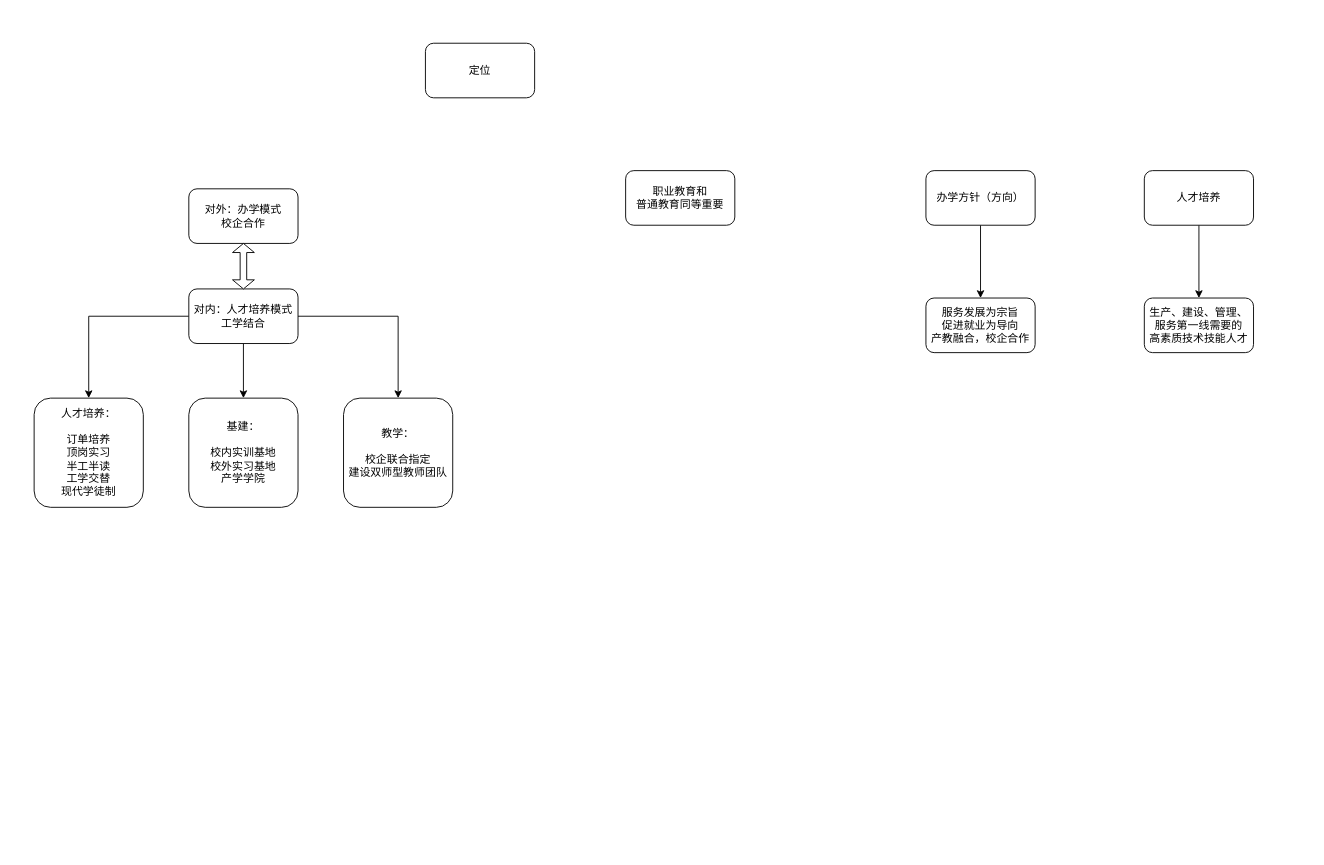
Earlier version of the draw.io diagram gdzyll.drawio (junpfeng/GKGB). Source tidied: cells renumbered, new cells numbered last; positions are measured from the earlier drawing's top-left corner, leaving out a move shared by most shapes. Both pictures are drawn from the tidied source at 91%, with x=0, y=0 at pixel (34, 43).
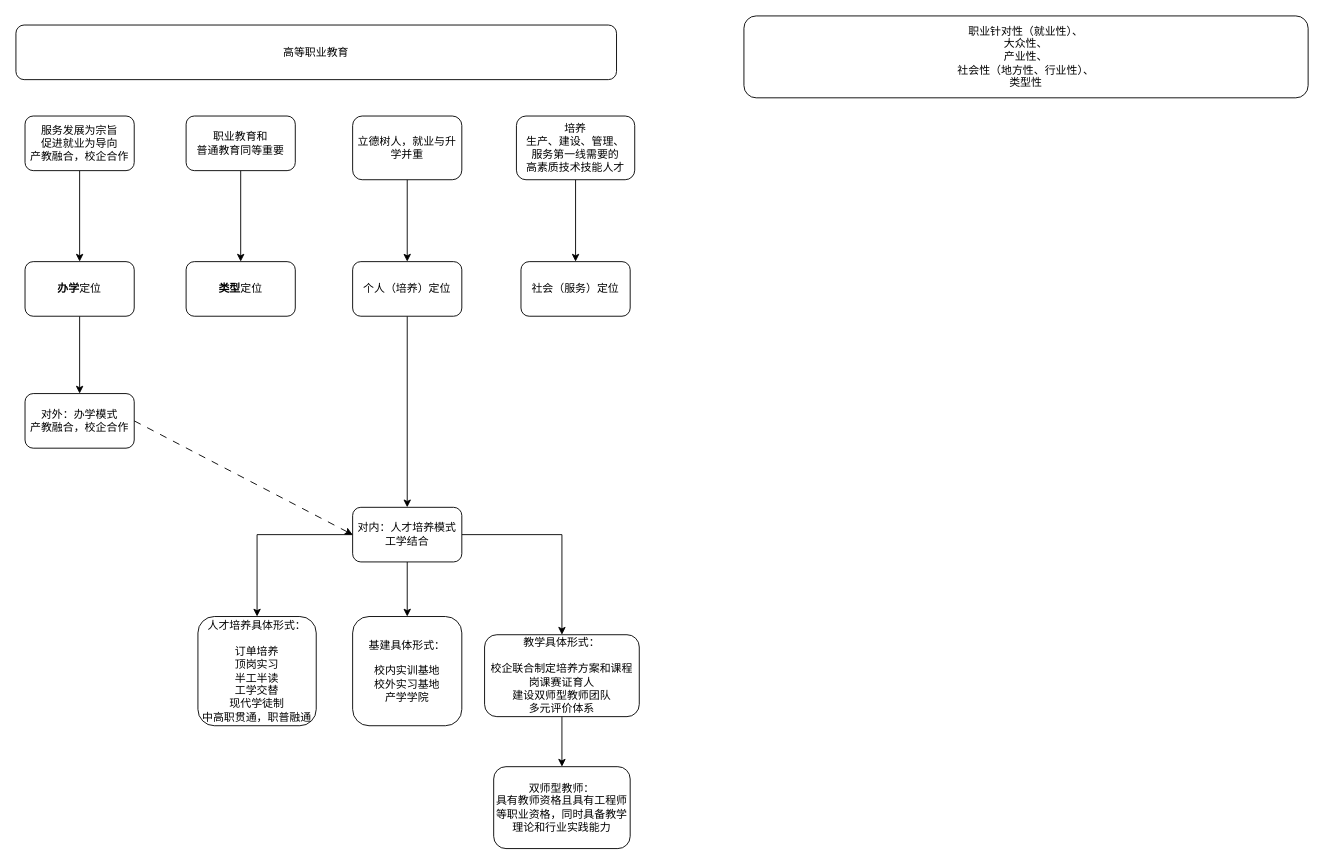
The same page after the edit.

What changed in the source:
```diff
@@
-    <mxCell id="2" value="对外：办学模式&lt;div&gt;校企合作&lt;/div&gt;" style="rounded=1;whiteSpace=wrap;html=1;" parent="1" vertex="1">
-      <mxGeometry x="170" y="160" width="120" height="60" as="geometry" />
+    <mxCell id="2" value="对外：办学模式&lt;div&gt;产教融合，校企合作&lt;/div&gt;" style="rounded=1;whiteSpace=wrap;html=1;" parent="1" vertex="1">
+      <mxGeometry x="-10" y="385" width="120" height="60" as="geometry" />
     </mxCell>
-    <mxCell id="3" style="edgeStyle=orthogonalEdgeStyle;rounded=0;jettySize=auto;html=1;entryX=0.5;entryY=0;entryDx=0;entryDy=0;" parent="1" edge="1" source="6" target="7">
-      <mxGeometry relative="1" as="geometry" />
-    </mxCell>
-    <mxCell id="4" style="edgeStyle=orthogonalEdgeStyle;rounded=0;jettySize=auto;html=1;entryX=0.5;entryY=0;entryDx=0;entryDy=0;" parent="1" edge="1" source="6" target="8">
-      <mxGeometry relative="1" as="geometry" />
-    </mxCell>
-    <mxCell id="5" style="edgeStyle=orthogonalEdgeStyle;rounded=0;jettySize=auto;html=1;entryX=0.5;entryY=0;entryDx=0;entryDy=0;" parent="1" edge="1" source="6" target="9">
-      <mxGeometry relative="1" as="geometry" />
-    </mxCell>
+    <mxCell id="11" value="高等职业教育" style="rounded=1;whiteSpace=wrap;html=1;" parent="1" vertex="1">
+      <mxGeometry x="-20" y="-20" width="660" height="60" as="geometry" />
+    </mxCell>
+    <mxCell id="19" style="edgeStyle=orthogonalEdgeStyle;rounded=0;jettySize=auto;html=1;" parent="1" edge="1" source="12" target="24">
+      <mxGeometry relative="1" as="geometry" />
+    </mxCell>
+    <mxCell id="12" value="&lt;div&gt;职业教育和&lt;/div&gt;&lt;div&gt;普通教育同等重要&lt;/div&gt;" style="rounded=1;whiteSpace=wrap;html=1;" parent="1" vertex="1">
+      <mxGeometry x="167" y="80" width="120" height="60" as="geometry" />
+    </mxCell>
+    <mxCell id="20" style="edgeStyle=orthogonalEdgeStyle;rounded=0;jettySize=auto;html=1;entryX=0.5;entryY=0;entryDx=0;entryDy=0;" parent="1" edge="1" source="14" target="2">
+      <mxGeometry relative="1" as="geometry" />
+    </mxCell>
+    <mxCell id="14" value="&lt;b&gt;办学&lt;/b&gt;定位" style="rounded=1;whiteSpace=wrap;html=1;" parent="1" vertex="1">
+      <mxGeometry x="-10" y="240" width="120" height="60" as="geometry" />
+    </mxCell>
+    <mxCell id="21" style="edgeStyle=orthogonalEdgeStyle;rounded=0;jettySize=auto;html=1;" parent="1" edge="1" source="15" target="14">
+      <mxGeometry relative="1" as="geometry" />
+    </mxCell>
+    <mxCell id="15" value="服务发展为宗旨&lt;div&gt;促进就业为导向&lt;/div&gt;&lt;div&gt;产教融合，校企合作&lt;/div&gt;" style="whiteSpace=wrap;html=1;rounded=1;" parent="1" vertex="1">
+      <mxGeometry x="-10" y="80" width="120" height="60" as="geometry" />
+    </mxCell>
+    <mxCell id="22" style="edgeStyle=orthogonalEdgeStyle;rounded=0;jettySize=auto;html=1;entryX=0.5;entryY=0;entryDx=0;entryDy=0;" parent="1" edge="1" source="18" target="26">
+      <mxGeometry relative="1" as="geometry" />
+    </mxCell>
+    <mxCell id="18" value="&lt;div&gt;立德树人，就业与升学并重&lt;/div&gt;" style="whiteSpace=wrap;html=1;rounded=1;" parent="1" vertex="1">
+      <mxGeometry x="350" y="80" width="120" height="70" as="geometry" />
+    </mxCell>
+    <mxCell id="23" value="职业针对性（就业性）、&lt;div&gt;大众性、&lt;/div&gt;&lt;div&gt;产业性、&lt;/div&gt;&lt;div&gt;社会性（地方性、行业性）、&lt;/div&gt;&lt;div&gt;类型性&lt;/div&gt;" style="rounded=1;whiteSpace=wrap;html=1;" parent="1" vertex="1">
+      <mxGeometry x="780" y="-30" width="620" height="90" as="geometry" />
+    </mxCell>
+    <mxCell id="24" value="&lt;b&gt;类型&lt;/b&gt;定位" style="rounded=1;whiteSpace=wrap;html=1;" parent="1" vertex="1">
+      <mxGeometry x="167" y="240" width="120" height="60" as="geometry" />
+    </mxCell>
+    <mxCell id="25" style="edgeStyle=orthogonalEdgeStyle;rounded=0;jettySize=auto;html=1;" parent="1" edge="1" source="26" target="6">
+      <mxGeometry relative="1" as="geometry" />
+    </mxCell>
+    <mxCell id="26" value="个人（培养）定位" style="rounded=1;whiteSpace=wrap;html=1;" parent="1" vertex="1">
+      <mxGeometry x="350" y="240" width="120" height="60" as="geometry" />
+    </mxCell>
+    <mxCell id="27" style="edgeStyle=orthogonalEdgeStyle;rounded=0;jettySize=auto;html=1;entryX=0.5;entryY=0;entryDx=0;entryDy=0;" parent="1" edge="1" source="28" target="29">
+      <mxGeometry relative="1" as="geometry" />
+    </mxCell>
+    <mxCell id="28" value="&lt;div&gt;培养&lt;/div&gt;生产、建设、管理、&lt;div&gt;服务第一线需要的&lt;/div&gt;&lt;div&gt;高素质技术技能人才&lt;/div&gt;" style="whiteSpace=wrap;html=1;rounded=1;" parent="1" vertex="1">
+      <mxGeometry x="530" y="80" width="130" height="70" as="geometry" />
+    </mxCell>
+    <mxCell id="29" value="社会（服务）定位" style="rounded=1;whiteSpace=wrap;html=1;" parent="1" vertex="1">
+      <mxGeometry x="535" y="240" width="120" height="60" as="geometry" />
+    </mxCell>
+    <mxCell id="30" style="edgeStyle=orthogonalEdgeStyle;rounded=0;jettySize=auto;html=1;entryX=0.5;entryY=0;entryDx=0;entryDy=0;" parent="1" edge="1" source="6" target="33">
+      <mxGeometry relative="1" as="geometry" />
+    </mxCell>
+    <mxCell id="31" style="edgeStyle=orthogonalEdgeStyle;rounded=0;jettySize=auto;html=1;entryX=0.5;entryY=0;entryDx=0;entryDy=0;" parent="1" edge="1" source="6" target="34">
+      <mxGeometry relative="1" as="geometry" />
+    </mxCell>
+    <mxCell id="32" style="edgeStyle=orthogonalEdgeStyle;rounded=0;jettySize=auto;html=1;entryX=0.5;entryY=0;entryDx=0;entryDy=0;" parent="1" edge="1" source="6" target="36">
+      <mxGeometry relative="1" as="geometry" />
+    </mxCell>
     <mxCell id="6" value="对内：人才培养模式&lt;div&gt;工学结合&lt;/div&gt;" style="rounded=1;whiteSpace=wrap;html=1;" parent="1" vertex="1">
-      <mxGeometry x="170" y="270" width="120" height="60" as="geometry" />
+      <mxGeometry x="350" y="510" width="120" height="60" as="geometry" />
     </mxCell>
-    <mxCell id="7" value="人才培养：&lt;div&gt;&lt;br&gt;&lt;div&gt;订单培养&lt;/div&gt;&lt;div&gt;顶岗实习&lt;/div&gt;&lt;div&gt;半工半读&lt;/div&gt;&lt;div&gt;工学交替&lt;/div&gt;&lt;div&gt;现代学徒制&lt;/div&gt;&lt;/div&gt;" style="rounded=1;whiteSpace=wrap;html=1;" parent="1" vertex="1">
-      <mxGeometry y="390" width="120" height="120" as="geometry" />
-    </mxCell>
-    <mxCell id="8" value="基建：&lt;div&gt;&lt;br&gt;&lt;div&gt;校内实训基地&lt;/div&gt;&lt;div&gt;校外实习基地&lt;/div&gt;&lt;div&gt;产学学院&lt;/div&gt;&lt;/div&gt;" style="rounded=1;whiteSpace=wrap;html=1;" parent="1" vertex="1">
-      <mxGeometry x="170" y="390" width="120" height="120" as="geometry" />
-    </mxCell>
-    <mxCell id="9" value="教学：&lt;div&gt;&lt;br&gt;&lt;div&gt;校企联合指定&lt;/div&gt;&lt;div&gt;建设双师型教师团队&lt;/div&gt;&lt;/div&gt;" style="rounded=1;whiteSpace=wrap;html=1;" parent="1" vertex="1">
-      <mxGeometry x="340" y="390" width="120" height="120" as="geometry" />
-    </mxCell>
-    <mxCell id="10" style="shape=doubleArrow;direction=south;whiteSpace=wrap;html=1;" parent="1" vertex="1">
-      <mxGeometry x="218" y="220" width="24" height="50" as="geometry" />
-    </mxCell>
-    <mxCell id="11" value="定位" style="rounded=1;whiteSpace=wrap;html=1;" parent="1" vertex="1">
-      <mxGeometry x="430" width="120" height="60" as="geometry" />
-    </mxCell>
-    <mxCell id="12" value="&lt;div&gt;职业教育和&lt;/div&gt;&lt;div&gt;普通教育同等重要&lt;/div&gt;" style="rounded=1;whiteSpace=wrap;html=1;" parent="1" vertex="1">
-      <mxGeometry x="650" y="140" width="120" height="60" as="geometry" />
-    </mxCell>
-    <mxCell id="13" style="edgeStyle=orthogonalEdgeStyle;rounded=0;jettySize=auto;html=1;" parent="1" edge="1" source="14" target="15">
-      <mxGeometry relative="1" as="geometry" />
-    </mxCell>
-    <mxCell id="14" value="办学方针（方向）" style="rounded=1;whiteSpace=wrap;html=1;" parent="1" vertex="1">
-      <mxGeometry x="980" y="140" width="120" height="60" as="geometry" />
-    </mxCell>
-    <mxCell id="15" value="服务发展为宗旨&lt;div&gt;促进就业为导向&lt;/div&gt;&lt;div&gt;产教融合，校企合作&lt;/div&gt;" style="whiteSpace=wrap;html=1;rounded=1;" parent="1" vertex="1">
-      <mxGeometry x="980" y="280" width="120" height="60" as="geometry" />
-    </mxCell>
-    <mxCell id="16" style="edgeStyle=orthogonalEdgeStyle;rounded=0;jettySize=auto;html=1;" parent="1" edge="1" source="17" target="18">
-      <mxGeometry relative="1" as="geometry" />
-    </mxCell>
-    <mxCell id="17" value="人才培养" style="rounded=1;whiteSpace=wrap;html=1;" parent="1" vertex="1">
-      <mxGeometry x="1220" y="140" width="120" height="60" as="geometry" />
-    </mxCell>
-    <mxCell id="18" value="生产、建设、管理、&lt;div&gt;服务第一线需要的&lt;/div&gt;&lt;div&gt;高素质技术技能人才&lt;/div&gt;" style="whiteSpace=wrap;html=1;rounded=1;" parent="1" vertex="1">
-      <mxGeometry x="1220" y="280" width="120" height="60" as="geometry" />
-    </mxCell>
+    <mxCell id="33" value="人才培养具体形式：&lt;div&gt;&lt;br&gt;&lt;div&gt;订单培养&lt;/div&gt;&lt;div&gt;顶岗实习&lt;/div&gt;&lt;div&gt;半工半读&lt;/div&gt;&lt;div&gt;工学交替&lt;/div&gt;&lt;div&gt;现代学徒制&lt;/div&gt;&lt;/div&gt;&lt;div&gt;中高职贯通，职普融通&lt;/div&gt;" style="rounded=1;whiteSpace=wrap;html=1;" parent="1" vertex="1">
+      <mxGeometry x="180" y="630" width="130" height="120" as="geometry" />
+    </mxCell>
+    <mxCell id="34" value="基建具体形式：&lt;div&gt;&lt;br&gt;&lt;div&gt;校内实训基地&lt;/div&gt;&lt;div&gt;校外实习基地&lt;/div&gt;&lt;div&gt;产学学院&lt;/div&gt;&lt;/div&gt;" style="rounded=1;whiteSpace=wrap;html=1;" parent="1" vertex="1">
+      <mxGeometry x="350" y="630" width="120" height="120" as="geometry" />
+    </mxCell>
+    <mxCell id="35" style="edgeStyle=orthogonalEdgeStyle;rounded=0;jettySize=auto;html=1;" parent="1" edge="1" source="36" target="37">
+      <mxGeometry relative="1" as="geometry" />
+    </mxCell>
+    <mxCell id="36" value="教学具体形式：&lt;div&gt;&lt;br&gt;&lt;div&gt;校企联合制定培养方案和课程&lt;/div&gt;&lt;div&gt;岗课赛证育人&lt;/div&gt;&lt;div&gt;建设双师型教师团队&lt;/div&gt;&lt;/div&gt;&lt;div&gt;多元评价体系&lt;/div&gt;" style="rounded=1;whiteSpace=wrap;html=1;" parent="1" vertex="1">
+      <mxGeometry x="495" y="650" width="170" height="90" as="geometry" />
+    </mxCell>
+    <mxCell id="37" value="双师型教师：&lt;div&gt;具有教师资格且具有工程师等职业资格，同时具备教学理论和行业实践能力&lt;/div&gt;" style="whiteSpace=wrap;html=1;rounded=1;" parent="1" vertex="1">
+      <mxGeometry x="505" y="795" width="150" height="90" as="geometry" />
+    </mxCell>
+    <mxCell id="38" style="endArrow=classic;html=1;rounded=0;exitX=1;exitY=0.5;exitDx=0;exitDy=0;entryX=0;entryY=0.5;entryDx=0;entryDy=0;dashed=1;dashPattern=8 8;" parent="1" edge="1" source="2" target="6">
+      <mxGeometry relative="1" as="geometry" />
+    </mxCell>
```
